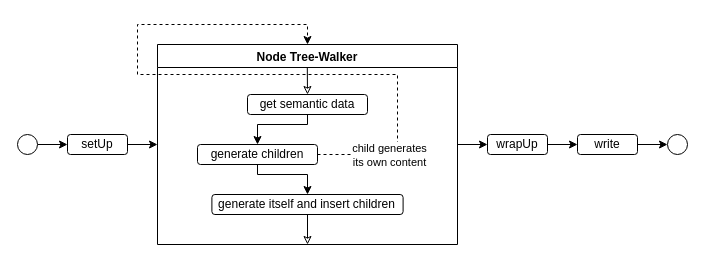
Kipper-Lang/Thesis keeps this draw.io diagram as Graphs/Output-Generation.drawio. Above is the earlier version. Source tidied: cells renumbered, new cells numbered last; positions are measured from the earlier drawing's top-left corner, leaving out a move shared by most shapes. Both pictures are drawn from the tidied source at 100%, with x=0, y=0 at pixel (17, 24).
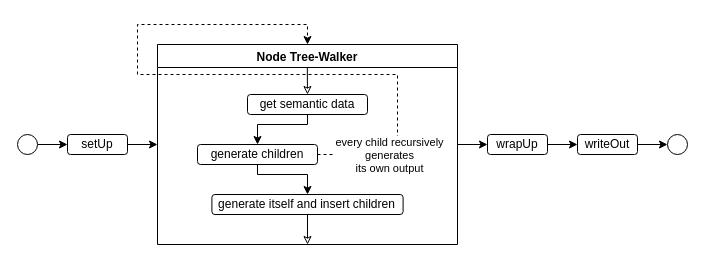
Above is the later version.

Commit message (it also covers changes not shown here):
minor: Updated Output-Generation.drawio and error-checked more parts of the `Output Generation` section

Unchanged cells that the change refers to:
```xml
<mxCell id="14" style="edgeStyle=orthogonalEdgeStyle;rounded=0;jettySize=auto;html=1;exitX=1;exitY=0.5;exitDx=0;exitDy=0;entryX=0.5;entryY=0;entryDx=0;entryDy=0;dashed=1;" parent="10" edge="1" source="16" target="10">
  <mxGeometry relative="1" as="geometry">
    <Array as="points">
      <mxPoint x="240" y="110" />
      <mxPoint x="240" y="30" />
      <mxPoint x="-20" y="30" />
      <mxPoint x="-20" y="-20" />
      <mxPoint x="150" y="-20" />
    </Array>
  </mxGeometry>
</mxCell>
```

Diff of the diagram source:
```diff
@@
-    <mxCell id="15" value="&lt;div&gt;child generates&lt;/div&gt;&lt;div&gt;its own content&lt;/div&gt;" style="edgeLabel;html=1;align=center;verticalAlign=middle;" parent="14" vertex="1">
+    <mxCell id="15" value="&lt;div&gt;every child recursively&lt;/div&gt;&lt;div&gt;generates&lt;/div&gt;&lt;div&gt;its own output&lt;/div&gt;" style="edgeLabel;html=1;align=center;verticalAlign=middle;" parent="14" vertex="1">
       <mxGeometry x="-0.88" relative="1" as="geometry">
         <mxPoint x="31" as="offset" />
       </mxGeometry>
     </mxCell>
@@
-    <mxCell id="21" value="write" style="rounded=1;whiteSpace=wrap;html=1;" parent="1" vertex="1">
+    <mxCell id="21" value="writeOut" style="rounded=1;whiteSpace=wrap;html=1;" parent="1" vertex="1">
       <mxGeometry x="560" y="110" width="60" height="20" as="geometry" />
     </mxCell>
```
